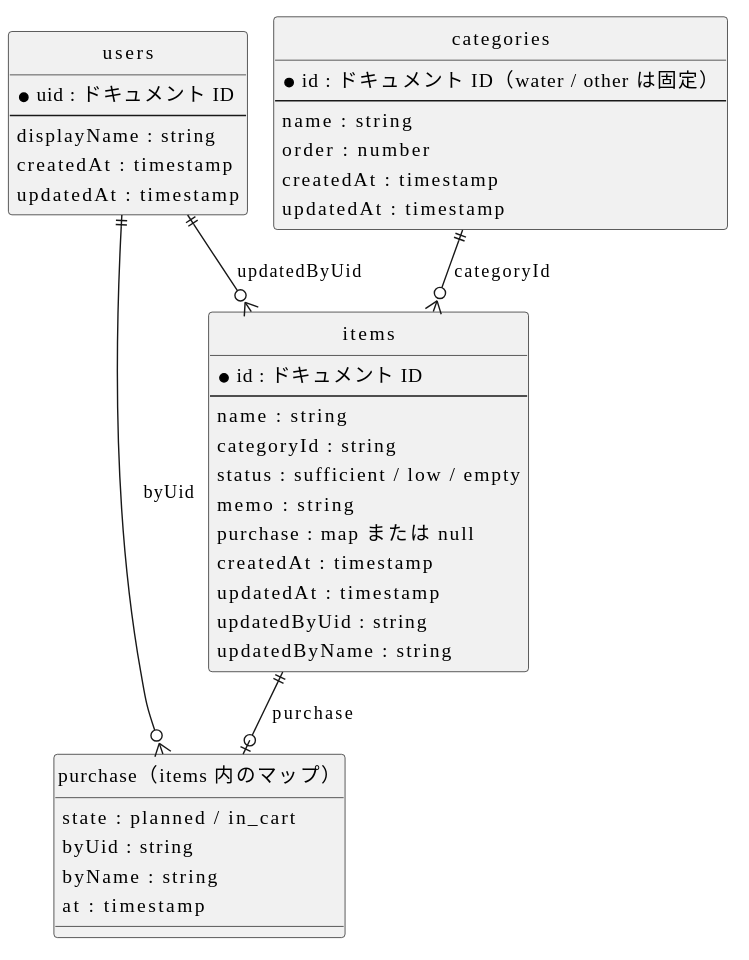
The PlantUML diagram design/data/diagrams/er.svg in LASC-SINCE2015/LivingManager, before a commit.
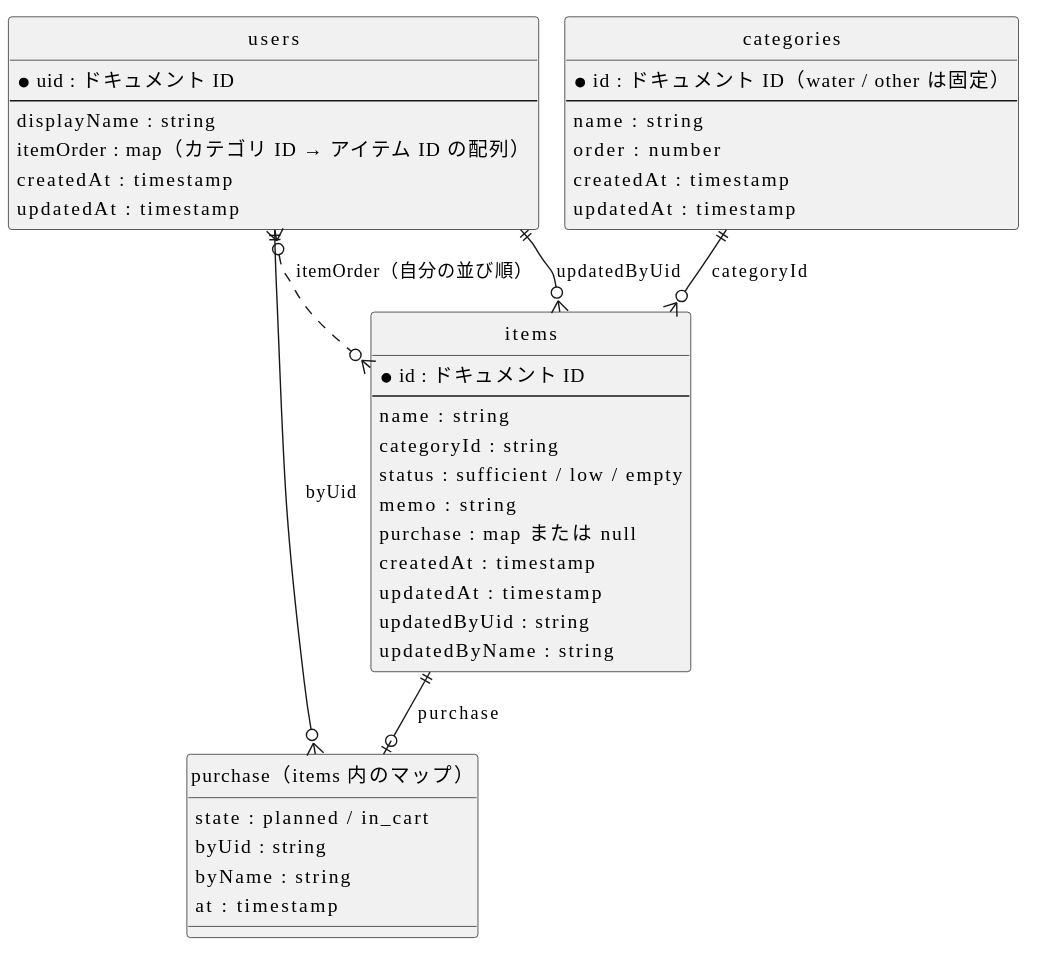
The same diagram one commit later.

Diff of the diagram source:
```diff
@@ -7,6 +7,7 @@
   * uid : ドキュメント ID
   --
   displayName : string
+  itemOrder : map（カテゴリ ID → アイテム ID の配列）
   createdAt : timestamp
   updatedAt : timestamp
 }
@@ -45,4 +46,5 @@
 users ||--o{ items : updatedByUid
 items ||--o| purchase : purchase
 users ||--o{ purchase : byUid
+users }o..o{ items : itemOrder（自分の並び順）
 @enduml
```
